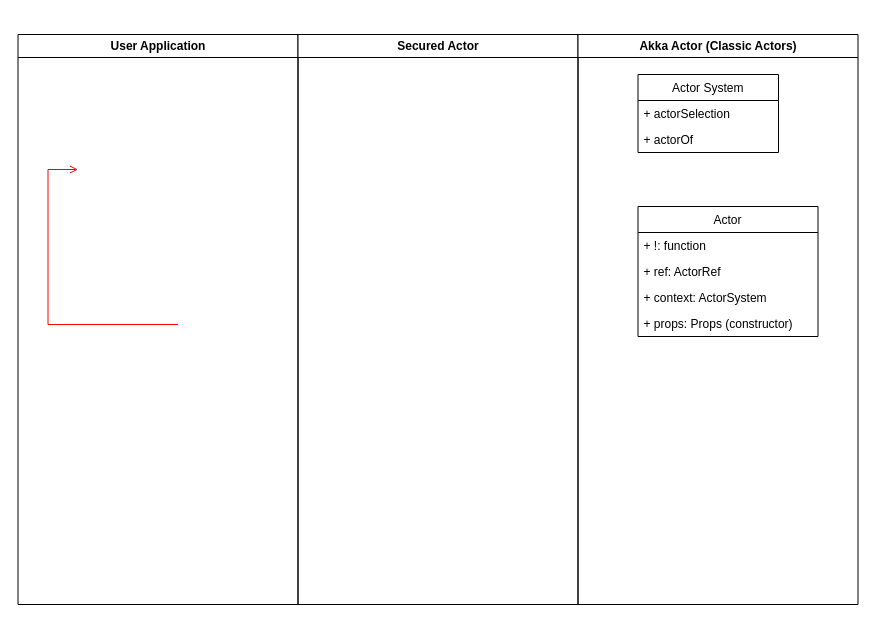
Before: Untitled Diagram.drawio in sina-nabavi/secured-akka, a draw.io diagram. Source tidied: cells renumbered, new cells numbered last; positions are measured from the earlier drawing's top-left corner, leaving out a move shared by most shapes. Both pictures are drawn from the tidied source at 100%, with x=0, y=0 at pixel (17, 34).
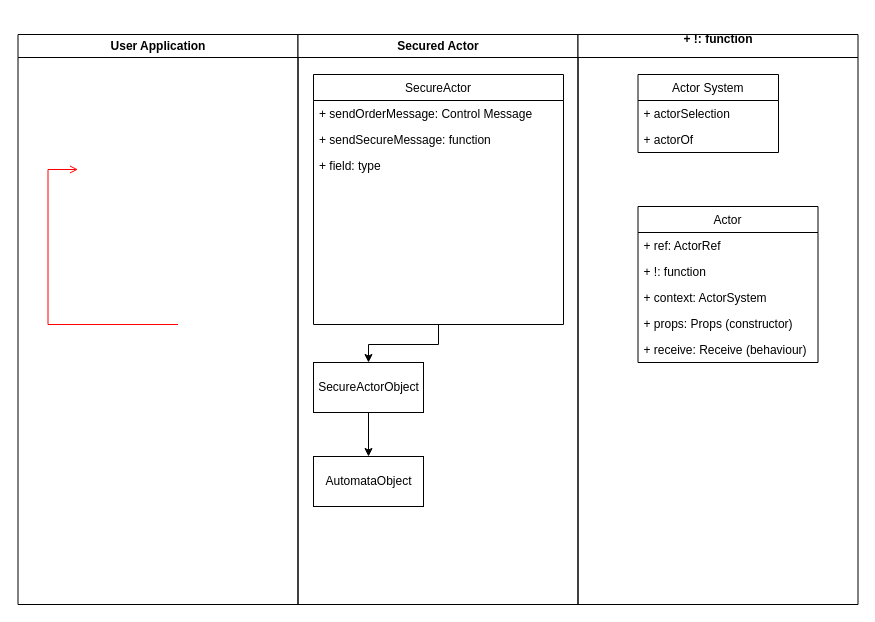
The same page after the edit.

The change refers to these unchanged cells:
```xml
<mxCell id="4" value="Secured Actor" style="swimlane;whiteSpace=wrap;startSize=23;" parent="1" vertex="1">
  <mxGeometry x="280.5" width="280" height="570" as="geometry" />
</mxCell>
```

What changed in the source:
```diff
@@
+    <mxCell id="15" style="edgeStyle=orthogonalEdgeStyle;rounded=0;jettySize=auto;html=1;entryX=0.5;entryY=0;entryDx=0;entryDy=0;" parent="4" edge="1" source="16" target="21">
+      <mxGeometry relative="1" as="geometry" />
+    </mxCell>
+    <mxCell id="16" value="SecureActor" style="swimlane;fontStyle=0;horizontal=1;startSize=26;fillColor=none;" parent="4" vertex="1">
+      <mxGeometry x="15.5" y="40" width="250" height="250" as="geometry" />
+    </mxCell>
+    <mxCell id="17" value="+ sendOrderMessage: Control Message" style="text;strokeColor=none;fillColor=none;align=left;verticalAlign=top;spacingLeft=4;spacingRight=4;overflow=hidden;" parent="16" vertex="1">
+      <mxGeometry y="26" width="250" height="26" as="geometry" />
+    </mxCell>
+    <mxCell id="18" value="+ sendSecureMessage: function" style="text;strokeColor=none;fillColor=none;align=left;verticalAlign=top;spacingLeft=4;spacingRight=4;overflow=hidden;" parent="16" vertex="1">
+      <mxGeometry y="52" width="250" height="26" as="geometry" />
+    </mxCell>
+    <mxCell id="19" value="+ field: type" style="text;strokeColor=none;fillColor=none;align=left;verticalAlign=top;spacingLeft=4;spacingRight=4;overflow=hidden;" parent="16" vertex="1">
+      <mxGeometry y="78" width="250" height="172" as="geometry" />
+    </mxCell>
+    <mxCell id="20" style="edgeStyle=orthogonalEdgeStyle;rounded=0;jettySize=auto;html=1;exitX=0.5;exitY=1;exitDx=0;exitDy=0;entryX=0.5;entryY=0;entryDx=0;entryDy=0;" parent="4" edge="1" source="21" target="22">
+      <mxGeometry relative="1" as="geometry" />
+    </mxCell>
+    <mxCell id="21" value="SecureActorObject" style="html=1;" parent="4" vertex="1">
+      <mxGeometry x="15.5" y="328" width="110" height="50" as="geometry" />
+    </mxCell>
+    <mxCell id="22" value="AutomataObject" style="html=1;" parent="4" vertex="1">
+      <mxGeometry x="15.5" y="422" width="110" height="50" as="geometry" />
+    </mxCell>
-    <mxCell id="5" value="Akka Actor (Classic Actors)" style="swimlane;whiteSpace=wrap;startSize=23;" parent="1" vertex="1">
+    <mxCell id="5" value="&#10;+ !: function&#10;&#10;" style="swimlane;whiteSpace=wrap;startSize=23;" parent="1" vertex="1">
       <mxGeometry x="560.5" width="280" height="570" as="geometry" />
     </mxCell>
@@
     <mxCell id="9" value="Actor" style="swimlane;fontStyle=0;horizontal=1;startSize=26;fillColor=none;" parent="5" vertex="1">
-      <mxGeometry x="60" y="172" width="180" height="130" as="geometry" />
+      <mxGeometry x="60" y="172" width="180" height="156" as="geometry" />
     </mxCell>
+    <mxCell id="12" value="+ ref: ActorRef" style="text;strokeColor=none;fillColor=none;align=left;verticalAlign=top;spacingLeft=4;spacingRight=4;overflow=hidden;" parent="9" vertex="1">
+      <mxGeometry y="26" width="180" height="26" as="geometry" />
+    </mxCell>
     <mxCell id="10" value="+ !: function" style="text;strokeColor=none;fillColor=none;align=left;verticalAlign=top;spacingLeft=4;spacingRight=4;overflow=hidden;" parent="9" vertex="1">
-      <mxGeometry y="26" width="180" height="26" as="geometry" />
+      <mxGeometry y="52" width="180" height="26" as="geometry" />
     </mxCell>
@@
-    <mxCell id="12" value="+ ref: ActorRef" style="text;strokeColor=none;fillColor=none;align=left;verticalAlign=top;spacingLeft=4;spacingRight=4;overflow=hidden;" parent="9" vertex="1">
-      <mxGeometry y="52" width="180" height="26" as="geometry" />
-    </mxCell>
@@
+    <mxCell id="23" value="+ receive: Receive (behaviour)" style="text;strokeColor=none;fillColor=none;align=left;verticalAlign=top;spacingLeft=4;spacingRight=4;overflow=hidden;" parent="9" vertex="1">
+      <mxGeometry y="130" width="180" height="26" as="geometry" />
+    </mxCell>
```
